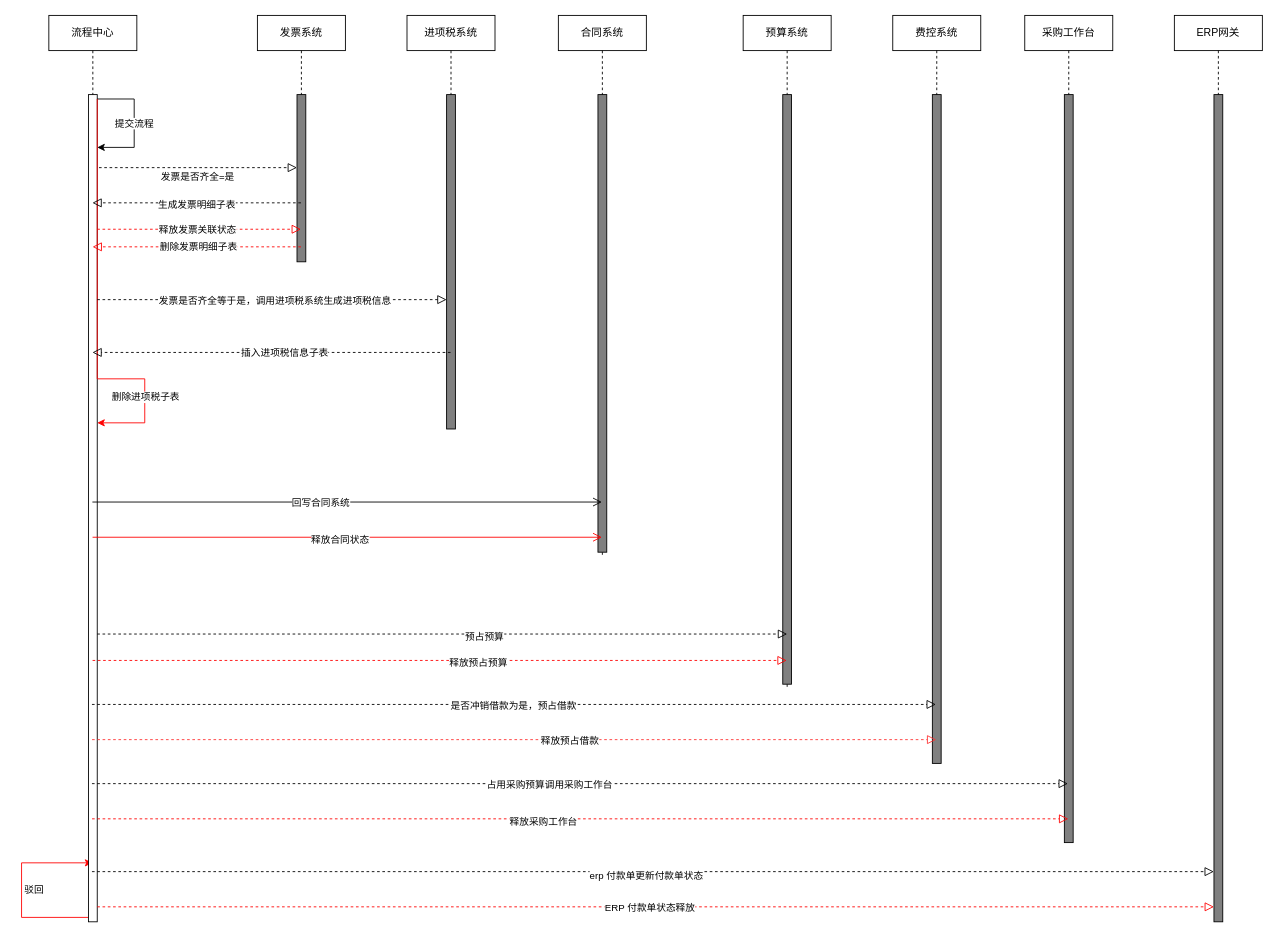
Before: page "第 1 页" (1 of 3) of 未命名绘图.drawio in liuhao-950815/LoveGridFriend, a draw.io diagram. Source tidied: cells renumbered, new cells numbered last; positions are measured from the earlier drawing's top-left corner, leaving out a move shared by most shapes. Both pictures are drawn from the tidied source at 88%, with x=0, y=0 at pixel (21, 15).
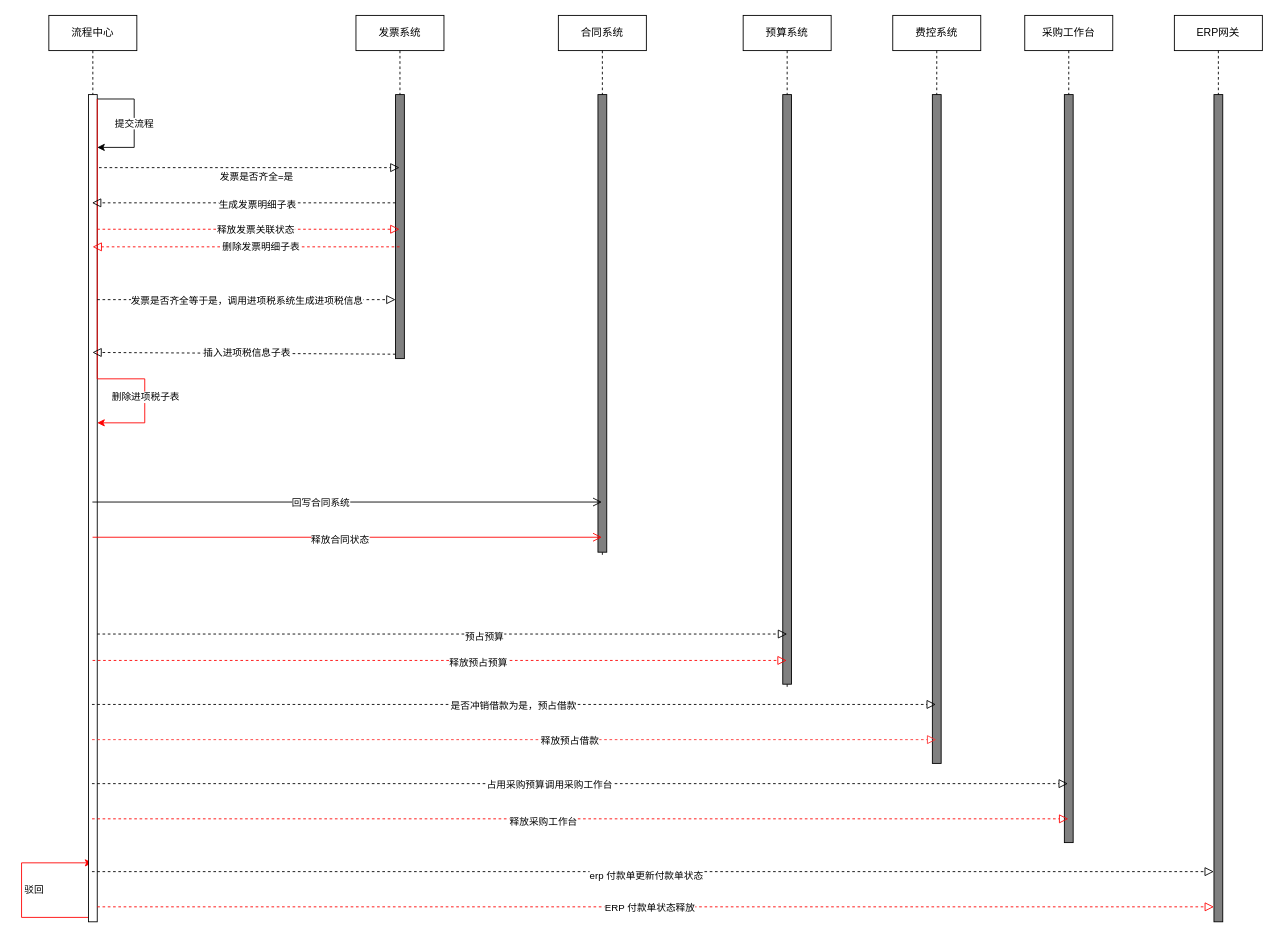
The same diagram, later.

Commit message:
对公付款提交节点交互图.drawio

Unchanged cells that the change refers to:
```xml
<mxCell id="7" style="html=1;points=[[0,0,0,0,5],[0,1,0,0,-5],[1,0,0,0,5],[1,1,0,0,-5]];perimeter=orthogonalPerimeter;outlineConnect=0;targetShapes=umlLifeline;portConstraint=eastwest;newEdgeStyle={&quot;curved&quot;:0,&quot;rounded&quot;:0};" parent="4" vertex="1">
  <mxGeometry x="45" y="90" width="10" height="940" as="geometry" />
</mxCell>
```

The edit, as a diff of the source:
```diff
@@
     <mxCell id="2" value="发票系统" style="shape=umlLifeline;perimeter=lifelinePerimeter;whiteSpace=wrap;html=1;outlineConnect=0;portConstraint=eastwest;newEdgeStyle={&quot;edgeStyle&quot;:&quot;elbowEdgeStyle&quot;,&quot;elbow&quot;:&quot;vertical&quot;,&quot;curved&quot;:0,&quot;rounded&quot;:0};" parent="1" vertex="1">
-      <mxGeometry x="268" width="100" height="280" as="geometry" />
+      <mxGeometry x="380" width="100" height="390" as="geometry" />
     </mxCell>
     <mxCell id="3" style="html=1;points=[[0,0,0,0,5],[0,1,0,0,-5],[1,0,0,0,5],[1,1,0,0,-5]];perimeter=orthogonalPerimeter;outlineConnect=0;targetShapes=umlLifeline;portConstraint=eastwest;newEdgeStyle={&quot;curved&quot;:0,&quot;rounded&quot;:0};fillColor=#808080;" parent="2" vertex="1">
-      <mxGeometry x="45" y="90" width="10" height="190" as="geometry" />
+      <mxGeometry x="45" y="90" width="10" height="300" as="geometry" />
     </mxCell>
@@
-    <mxCell id="11" style="endArrow=block;startArrow=none;endFill=0;startFill=0;endSize=8;html=1;verticalAlign=bottom;dashed=1;labelBackgroundColor=none;rounded=0;" parent="1" edge="1">
+    <mxCell id="11" style="endArrow=block;startArrow=none;endFill=0;startFill=0;endSize=8;html=1;verticalAlign=bottom;dashed=1;labelBackgroundColor=none;rounded=0;" parent="1" edge="1" target="2">
       <mxGeometry relative="1" as="geometry">
         <mxPoint x="88" y="173" as="sourcePoint" />
-        <mxPoint x="313" y="173" as="targetPoint" />
       </mxGeometry>
     </mxCell>
@@
-    <mxCell id="13" value="进项税系统" style="shape=umlLifeline;perimeter=lifelinePerimeter;whiteSpace=wrap;html=1;newEdgeStyle={&quot;edgeStyle&quot;:&quot;elbowEdgeStyle&quot;,&quot;elbow&quot;:&quot;vertical&quot;,&quot;curved&quot;:0,&quot;rounded&quot;:0};" parent="1" vertex="1">
-      <mxGeometry x="438" width="100" height="470" as="geometry" />
-    </mxCell>
-    <mxCell id="14" style="html=1;points=[[0,0,0,0,5],[0,1,0,0,-5],[1,0,0,0,5],[1,1,0,0,-5]];perimeter=orthogonalPerimeter;outlineConnect=0;targetShapes=umlLifeline;portConstraint=eastwest;newEdgeStyle={&quot;curved&quot;:0,&quot;rounded&quot;:0};fillColor=#808080;" parent="13" vertex="1">
-      <mxGeometry x="45" y="90" width="10" height="380" as="geometry" />
-    </mxCell>
-    <mxCell id="15" style="endArrow=block;startArrow=none;endFill=0;startFill=0;endSize=8;html=1;verticalAlign=bottom;dashed=1;labelBackgroundColor=none;rounded=0;" parent="1" edge="1" source="7" target="14">
+    <mxCell id="15" style="endArrow=block;startArrow=none;endFill=0;startFill=0;endSize=8;html=1;verticalAlign=bottom;dashed=1;labelBackgroundColor=none;rounded=0;" parent="1" edge="1" source="7" target="3">
       <mxGeometry relative="1" as="geometry">
         <Array as="points">
           <mxPoint x="198" y="323" />
         </Array>
       </mxGeometry>
     </mxCell>
@@
-    <mxCell id="17" style="endArrow=block;startArrow=none;endFill=0;startFill=0;endSize=8;html=1;verticalAlign=bottom;dashed=1;labelBackgroundColor=none;rounded=0;" parent="1" edge="1">
+    <mxCell id="17" style="endArrow=block;startArrow=none;endFill=0;startFill=0;endSize=8;html=1;verticalAlign=bottom;dashed=1;labelBackgroundColor=none;rounded=0;" parent="1" edge="1" source="3">
       <mxGeometry relative="1" as="geometry">
-        <mxPoint x="317.5" y="213" as="sourcePoint" />
-        <mxPoint x="80.5" y="213" as="targetPoint" />
+        <mxPoint x="80" y="213" as="targetPoint" />
       </mxGeometry>
     </mxCell>
@@
-    <mxCell id="19" style="endArrow=block;startArrow=none;endFill=0;startFill=0;endSize=8;html=1;verticalAlign=bottom;dashed=1;labelBackgroundColor=none;rounded=0;" parent="1" edge="1">
+    <mxCell id="19" style="endArrow=block;startArrow=none;endFill=0;startFill=0;endSize=8;html=1;verticalAlign=bottom;dashed=1;labelBackgroundColor=none;rounded=0;exitX=0;exitY=1;exitDx=0;exitDy=-5;exitPerimeter=0;" parent="1" edge="1" source="3">
       <mxGeometry relative="1" as="geometry">
-        <mxPoint x="487.5" y="383" as="sourcePoint" />
         <mxPoint x="80.5" y="383" as="targetPoint" />
       </mxGeometry>
     </mxCell>
@@
-    <mxCell id="51" style="endArrow=block;startArrow=none;endFill=0;startFill=0;endSize=8;html=1;verticalAlign=bottom;dashed=1;labelBackgroundColor=none;rounded=0;strokeColor=#FF0000;" parent="1" edge="1">
+    <mxCell id="51" style="endArrow=block;startArrow=none;endFill=0;startFill=0;endSize=8;html=1;verticalAlign=bottom;dashed=1;labelBackgroundColor=none;rounded=0;strokeColor=#FF0000;" parent="1" edge="1" target="2">
       <mxGeometry relative="1" as="geometry">
         <mxPoint x="86" y="243" as="sourcePoint" />
-        <mxPoint x="317.5" y="243" as="targetPoint" />
       </mxGeometry>
     </mxCell>
@@
-    <mxCell id="53" style="endArrow=block;startArrow=none;endFill=0;startFill=0;endSize=8;html=1;verticalAlign=bottom;dashed=1;labelBackgroundColor=none;rounded=0;strokeColor=#FF0000;" parent="1" edge="1">
+    <mxCell id="53" style="endArrow=block;startArrow=none;endFill=0;startFill=0;endSize=8;html=1;verticalAlign=bottom;dashed=1;labelBackgroundColor=none;rounded=0;strokeColor=#FF0000;" parent="1" edge="1" source="2">
       <mxGeometry relative="1" as="geometry">
-        <mxPoint x="317.5" y="263" as="sourcePoint" />
         <mxPoint x="80.7" y="263" as="targetPoint" />
       </mxGeometry>
     </mxCell>
```
